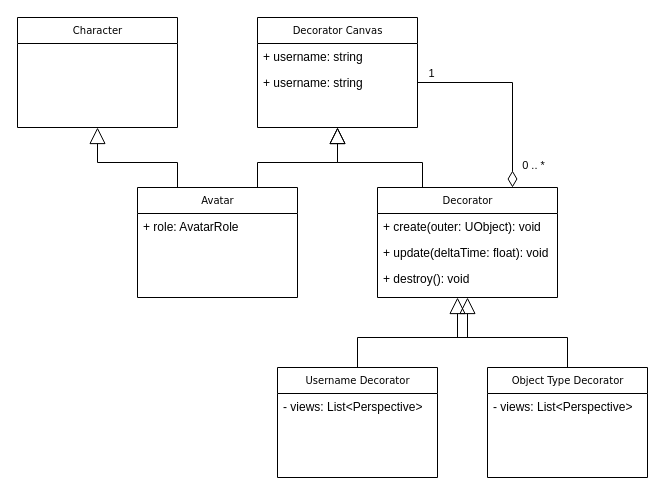
demuth/vDUNE keeps this draw.io diagram as prototype/DuneVR/docs/UML-1.drawio. Above is the earlier version. Source tidied: cells renumbered, new cells numbered last; positions are measured from the earlier drawing's top-left corner, leaving out a move shared by most shapes. Both pictures are drawn from the tidied source at 100%, with x=0, y=0 at pixel (17, 17).
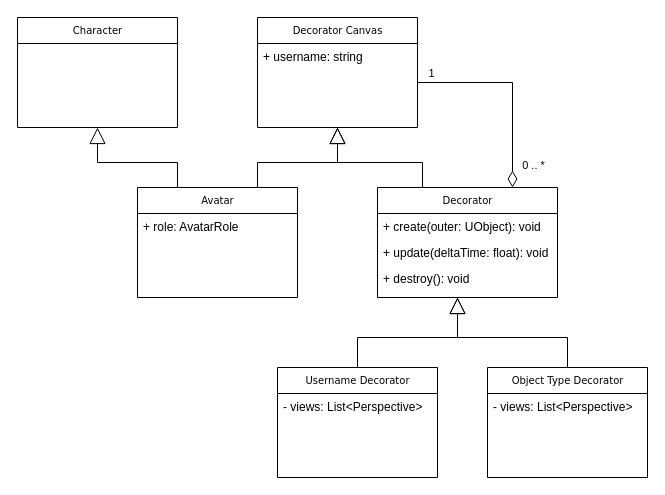
The same page after the edit.

The change refers to these unchanged cells:
```xml
<mxCell id="6" value="Decorator" style="swimlane;html=1;fontStyle=0;horizontal=1;startSize=26;fillColor=none;swimlaneFillColor=#ffffff;rounded=0;shadow=0;comic=0;labelBackgroundColor=none;strokeWidth=1;fontFamily=Verdana;fontSize=10;align=center;" parent="1" vertex="1">
  <mxGeometry x="360" y="170" width="180" height="110" as="geometry" />
</mxCell>
<mxCell id="10" value="Decorator Canvas" style="swimlane;html=1;fontStyle=0;horizontal=1;startSize=26;fillColor=none;swimlaneFillColor=#ffffff;rounded=0;shadow=0;comic=0;labelBackgroundColor=none;strokeWidth=1;fontFamily=Verdana;fontSize=10;align=center;" parent="1" vertex="1">
  <mxGeometry x="240" width="160" height="110" as="geometry" />
</mxCell>
<mxCell id="18" value="Username Decorator" style="swimlane;html=1;fontStyle=0;horizontal=1;startSize=26;fillColor=none;swimlaneFillColor=#ffffff;rounded=0;shadow=0;comic=0;labelBackgroundColor=none;strokeWidth=1;fontFamily=Verdana;fontSize=10;align=center;" parent="1" vertex="1">
  <mxGeometry x="260" y="350" width="160" height="110" as="geometry" />
</mxCell>
```

The edit, as a diff of the source:
```diff
@@
-    <mxCell id="12" value="+ username: string" style="text;html=1;strokeColor=none;fillColor=none;align=left;verticalAlign=top;spacingLeft=4;spacingRight=4;whiteSpace=wrap;overflow=hidden;" parent="10" vertex="1">
-      <mxGeometry y="52" width="160" height="26" as="geometry" />
-    </mxCell>
@@
-    <mxCell id="17" style="edgeStyle=orthogonalEdgeStyle;rounded=0;jettySize=auto;html=1;entryX=0.5;entryY=1;entryDx=0;entryDy=0;startSize=14;endArrow=block;endFill=0;endSize=14;" parent="1" edge="1" source="18" target="6">
-      <mxGeometry relative="1" as="geometry" />
+    <mxCell id="17" style="edgeStyle=orthogonalEdgeStyle;rounded=0;jettySize=auto;html=1;startSize=14;endArrow=block;endFill=0;endSize=14;" parent="1" edge="1" source="18">
+      <mxGeometry relative="1" as="geometry">
+        <mxPoint x="440" y="280" as="targetPoint" />
+        <Array as="points">
+          <mxPoint x="340" y="320" />
+          <mxPoint x="440" y="320" />
+          <mxPoint x="440" y="280" />
+        </Array>
+      </mxGeometry>
     </mxCell>
```
